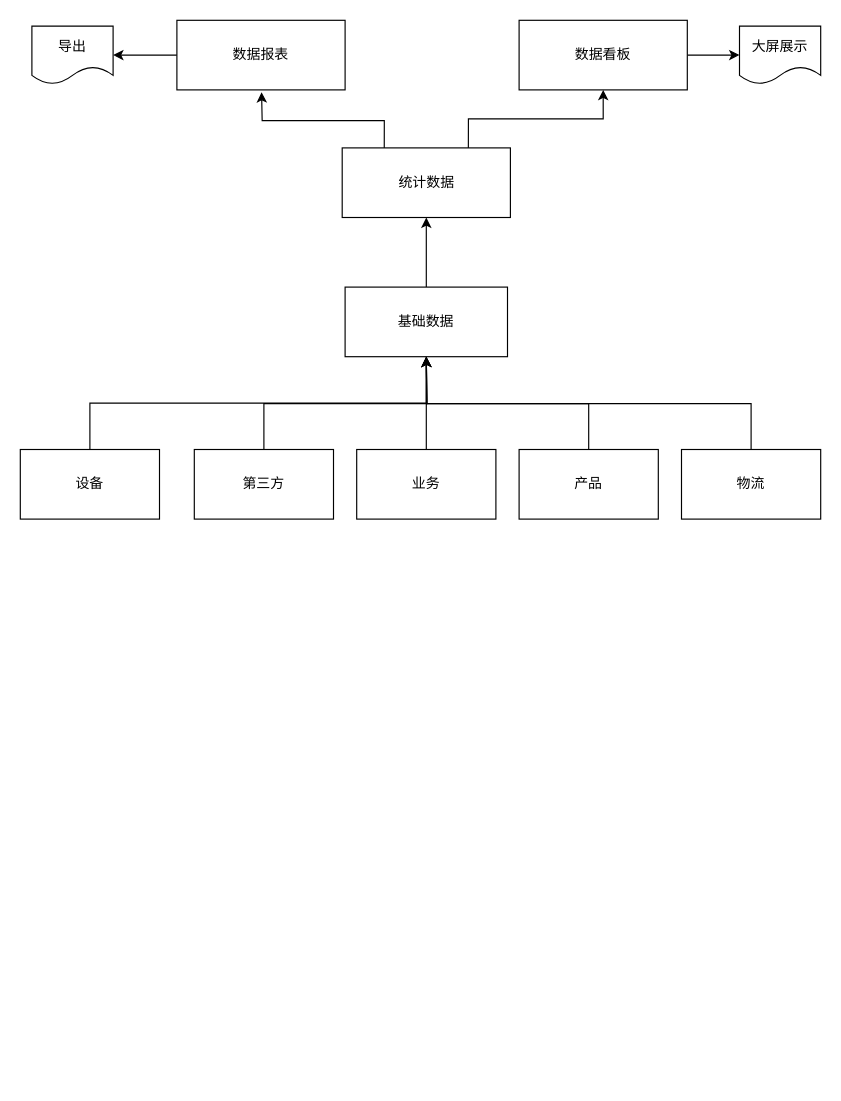
Before: page "数据管理平台" (5 of 5) of DiagramNet/iPC.drawio in hanrker/diagramNet, a draw.io diagram. Source tidied: cells renumbered, new cells numbered last; positions are measured from the earlier drawing's top-left corner, leaving out a move shared by most shapes. Both pictures are drawn from the tidied source at 116%, with x=0, y=0 at pixel (20, 20).
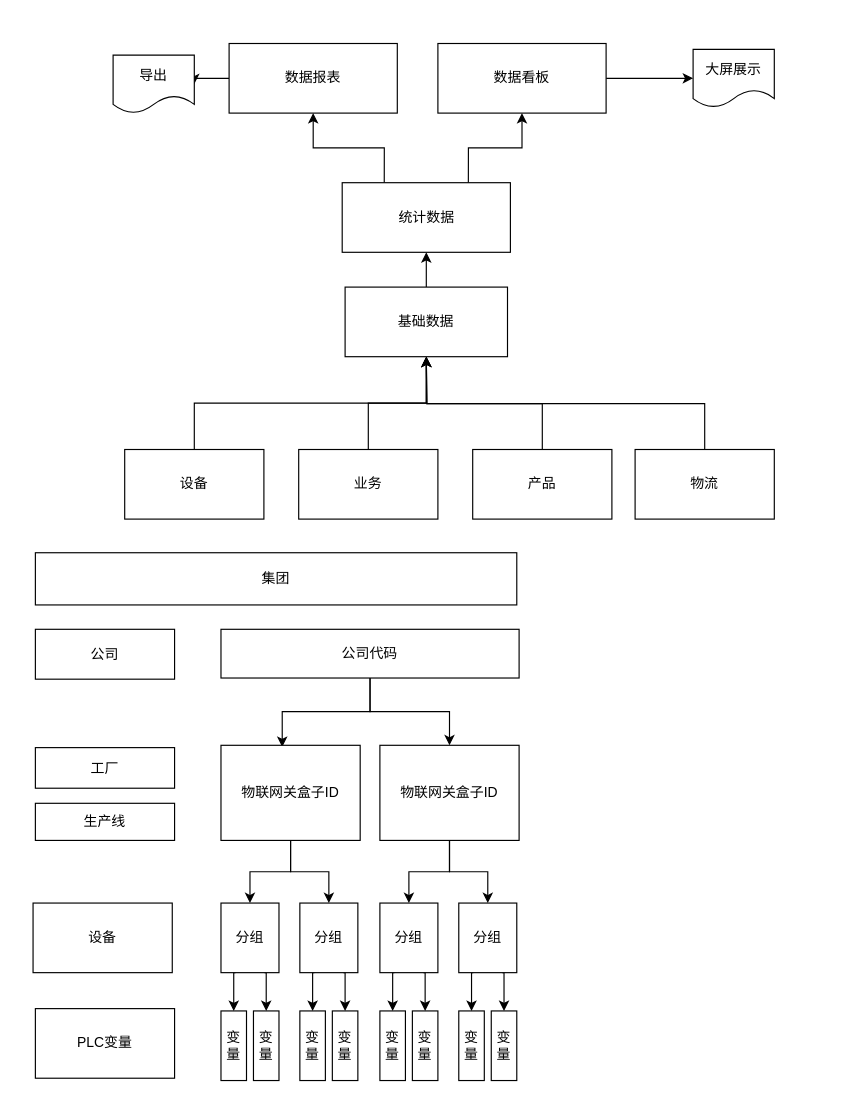
The same page after the edit.

The change refers to these unchanged cells:
```xml
<mxCell id="13" value="基础数据" style="rounded=0;whiteSpace=wrap;html=1;" parent="1" vertex="1">
  <mxGeometry x="280" y="230" width="140" height="60" as="geometry" />
</mxCell>
```

Change to the diagram source:
```diff
@@
     <mxCell id="3" value="设备" style="rounded=0;whiteSpace=wrap;html=1;" parent="1" vertex="1">
-      <mxGeometry y="370" width="120" height="60" as="geometry" />
+      <mxGeometry x="90" y="370" width="120" height="60" as="geometry" />
     </mxCell>
-    <mxCell id="4" style="edgeStyle=orthogonalEdgeStyle;rounded=0;jettySize=auto;html=1;exitX=0.5;exitY=0;exitDx=0;exitDy=0;" parent="1" edge="1" source="5">
-      <mxGeometry relative="1" as="geometry">
-        <mxPoint x="350" y="290" as="targetPoint" />
-      </mxGeometry>
-    </mxCell>
-    <mxCell id="5" value="第三方" style="rounded=0;whiteSpace=wrap;html=1;" parent="1" vertex="1">
-      <mxGeometry x="150" y="370" width="120" height="60" as="geometry" />
-    </mxCell>
-    <mxCell id="6" style="edgeStyle=orthogonalEdgeStyle;rounded=0;jettySize=auto;html=1;exitX=0.5;exitY=0;exitDx=0;exitDy=0;" parent="1" edge="1" source="7">
-      <mxGeometry relative="1" as="geometry">
-        <mxPoint x="350" y="280" as="targetPoint" />
-      </mxGeometry>
+    <mxCell id="6" style="edgeStyle=orthogonalEdgeStyle;rounded=0;jettySize=auto;html=1;exitX=0.5;exitY=0;exitDx=0;exitDy=0;entryX=0.5;entryY=1;entryDx=0;entryDy=0;" parent="1" edge="1" source="7" target="13">
+      <mxGeometry relative="1" as="geometry" />
     </mxCell>
     <mxCell id="7" value="业务" style="rounded=0;whiteSpace=wrap;html=1;" parent="1" vertex="1">
-      <mxGeometry x="290" y="370" width="120" height="60" as="geometry" />
+      <mxGeometry x="240" y="370" width="120" height="60" as="geometry" />
     </mxCell>
@@
     <mxCell id="9" value="产品" style="rounded=0;whiteSpace=wrap;html=1;" parent="1" vertex="1">
-      <mxGeometry x="430" y="370" width="120" height="60" as="geometry" />
+      <mxGeometry x="390" y="370" width="120" height="60" as="geometry" />
     </mxCell>
@@
     <mxCell id="11" value="物流" style="rounded=0;whiteSpace=wrap;html=1;" parent="1" vertex="1">
-      <mxGeometry x="570" y="370" width="120" height="60" as="geometry" />
+      <mxGeometry x="530" y="370" width="120" height="60" as="geometry" />
     </mxCell>
@@
-    <mxCell id="14" style="edgeStyle=orthogonalEdgeStyle;rounded=0;jettySize=auto;html=1;exitX=0.25;exitY=0;exitDx=0;exitDy=0;" parent="1" edge="1" source="16">
-      <mxGeometry relative="1" as="geometry">
-        <mxPoint x="208" y="62" as="targetPoint" />
-      </mxGeometry>
+    <mxCell id="14" style="edgeStyle=orthogonalEdgeStyle;rounded=0;jettySize=auto;html=1;exitX=0.25;exitY=0;exitDx=0;exitDy=0;entryX=0.5;entryY=1;entryDx=0;entryDy=0;" parent="1" edge="1" source="16" target="20">
+      <mxGeometry relative="1" as="geometry" />
     </mxCell>
@@
     <mxCell id="16" value="统计数据" style="rounded=0;whiteSpace=wrap;html=1;" parent="1" vertex="1">
-      <mxGeometry x="277.5" y="110" width="145" height="60" as="geometry" />
+      <mxGeometry x="277.5" y="140" width="145" height="60" as="geometry" />
     </mxCell>
@@
     <mxCell id="18" value="数据看板" style="rounded=0;whiteSpace=wrap;html=1;" parent="1" vertex="1">
-      <mxGeometry x="430" width="145" height="60" as="geometry" />
+      <mxGeometry x="360" y="20" width="145" height="60" as="geometry" />
     </mxCell>
@@
     <mxCell id="20" value="数据报表" style="rounded=0;whiteSpace=wrap;html=1;" parent="1" vertex="1">
-      <mxGeometry x="135" width="145" height="60" as="geometry" />
+      <mxGeometry x="180" y="20" width="145" height="60" as="geometry" />
     </mxCell>
     <mxCell id="21" value="导出" style="shape=document;whiteSpace=wrap;html=1;boundedLbl=1;" parent="1" vertex="1">
-      <mxGeometry x="10" y="5" width="70" height="50" as="geometry" />
+      <mxGeometry x="80" y="30" width="70" height="50" as="geometry" />
     </mxCell>
     <mxCell id="22" value="大屏展示" style="shape=document;whiteSpace=wrap;html=1;boundedLbl=1;" parent="1" vertex="1">
-      <mxGeometry x="620" y="5" width="70" height="50" as="geometry" />
+      <mxGeometry x="580" y="25" width="70" height="50" as="geometry" />
     </mxCell>
+    <mxCell id="23" value="集团" style="rounded=0;whiteSpace=wrap;html=1;" parent="1" vertex="1">
+      <mxGeometry x="13" y="459" width="415" height="45" as="geometry" />
+    </mxCell>
+    <mxCell id="24" value="公司" style="rounded=0;whiteSpace=wrap;html=1;" parent="1" vertex="1">
+      <mxGeometry x="13" y="525" width="120" height="43" as="geometry" />
+    </mxCell>
+    <mxCell id="25" value="工厂" style="rounded=0;whiteSpace=wrap;html=1;" parent="1" vertex="1">
+      <mxGeometry x="13" y="627" width="120" height="35" as="geometry" />
+    </mxCell>
+    <mxCell id="26" value="生产线" style="rounded=0;whiteSpace=wrap;html=1;" parent="1" vertex="1">
+      <mxGeometry x="13" y="675" width="120" height="32" as="geometry" />
+    </mxCell>
+    <mxCell id="27" value="设备" style="rounded=0;whiteSpace=wrap;html=1;" parent="1" vertex="1">
+      <mxGeometry x="11" y="761" width="120" height="60" as="geometry" />
+    </mxCell>
+    <mxCell id="28" style="edgeStyle=orthogonalEdgeStyle;rounded=0;jettySize=auto;html=1;exitX=0.5;exitY=1;exitDx=0;exitDy=0;entryX=0.44;entryY=0.018;entryDx=0;entryDy=0;entryPerimeter=0;" parent="1" edge="1" source="30" target="33">
+      <mxGeometry relative="1" as="geometry" />
+    </mxCell>
+    <mxCell id="29" style="edgeStyle=orthogonalEdgeStyle;rounded=0;jettySize=auto;html=1;exitX=0.5;exitY=1;exitDx=0;exitDy=0;" parent="1" edge="1" source="30" target="41">
+      <mxGeometry relative="1" as="geometry" />
+    </mxCell>
+    <mxCell id="30" value="公司代码" style="rounded=0;whiteSpace=wrap;html=1;" parent="1" vertex="1">
+      <mxGeometry x="173" y="525" width="257" height="42" as="geometry" />
+    </mxCell>
+    <mxCell id="31" style="edgeStyle=orthogonalEdgeStyle;rounded=0;jettySize=auto;html=1;exitX=0.5;exitY=1;exitDx=0;exitDy=0;entryX=0.5;entryY=0;entryDx=0;entryDy=0;" parent="1" edge="1" source="33" target="36">
+      <mxGeometry relative="1" as="geometry" />
+    </mxCell>
+    <mxCell id="32" style="edgeStyle=orthogonalEdgeStyle;rounded=0;jettySize=auto;html=1;exitX=0.5;exitY=1;exitDx=0;exitDy=0;entryX=0.5;entryY=0;entryDx=0;entryDy=0;" parent="1" edge="1" source="33" target="44">
+      <mxGeometry relative="1" as="geometry" />
+    </mxCell>
+    <mxCell id="33" value="物联网关盒子ID" style="rounded=0;whiteSpace=wrap;html=1;" parent="1" vertex="1">
+      <mxGeometry x="173" y="625" width="120" height="82" as="geometry" />
+    </mxCell>
+    <mxCell id="34" style="edgeStyle=orthogonalEdgeStyle;rounded=0;jettySize=auto;html=1;exitX=0.25;exitY=1;exitDx=0;exitDy=0;entryX=0.5;entryY=0;entryDx=0;entryDy=0;" parent="1" edge="1" source="36" target="38">
+      <mxGeometry relative="1" as="geometry" />
+    </mxCell>
+    <mxCell id="35" style="edgeStyle=orthogonalEdgeStyle;rounded=0;jettySize=auto;html=1;exitX=0.75;exitY=1;exitDx=0;exitDy=0;entryX=0.5;entryY=0;entryDx=0;entryDy=0;" parent="1" edge="1" source="36" target="45">
+      <mxGeometry relative="1" as="geometry" />
+    </mxCell>
+    <mxCell id="36" value="分组" style="rounded=0;whiteSpace=wrap;html=1;" parent="1" vertex="1">
+      <mxGeometry x="173" y="761" width="50" height="60" as="geometry" />
+    </mxCell>
+    <mxCell id="37" value="PLC变量" style="rounded=0;whiteSpace=wrap;html=1;" parent="1" vertex="1">
+      <mxGeometry x="13" y="852" width="120" height="60" as="geometry" />
+    </mxCell>
+    <mxCell id="38" value="变量" style="rounded=0;whiteSpace=wrap;html=1;" parent="1" vertex="1">
+      <mxGeometry x="173" y="854" width="22" height="60" as="geometry" />
+    </mxCell>
+    <mxCell id="39" style="edgeStyle=orthogonalEdgeStyle;rounded=0;jettySize=auto;html=1;exitX=0.5;exitY=1;exitDx=0;exitDy=0;entryX=0.5;entryY=0;entryDx=0;entryDy=0;" parent="1" edge="1" source="41" target="54">
+      <mxGeometry relative="1" as="geometry" />
+    </mxCell>
+    <mxCell id="40" style="edgeStyle=orthogonalEdgeStyle;rounded=0;jettySize=auto;html=1;exitX=0.5;exitY=1;exitDx=0;exitDy=0;entryX=0.5;entryY=0;entryDx=0;entryDy=0;" parent="1" edge="1" source="41" target="50">
+      <mxGeometry relative="1" as="geometry" />
+    </mxCell>
+    <mxCell id="41" value="物联网关盒子ID" style="rounded=0;whiteSpace=wrap;html=1;" parent="1" vertex="1">
+      <mxGeometry x="310" y="625" width="120" height="82" as="geometry" />
+    </mxCell>
+    <mxCell id="42" style="edgeStyle=orthogonalEdgeStyle;rounded=0;jettySize=auto;html=1;exitX=0.25;exitY=1;exitDx=0;exitDy=0;entryX=0.5;entryY=0;entryDx=0;entryDy=0;" parent="1" edge="1" source="44" target="46">
+      <mxGeometry relative="1" as="geometry" />
+    </mxCell>
+    <mxCell id="43" style="edgeStyle=orthogonalEdgeStyle;rounded=0;jettySize=auto;html=1;exitX=0.75;exitY=1;exitDx=0;exitDy=0;entryX=0.5;entryY=0;entryDx=0;entryDy=0;" parent="1" edge="1" source="44" target="47">
+      <mxGeometry relative="1" as="geometry" />
+    </mxCell>
+    <mxCell id="44" value="分组" style="rounded=0;whiteSpace=wrap;html=1;" parent="1" vertex="1">
+      <mxGeometry x="241" y="761" width="50" height="60" as="geometry" />
+    </mxCell>
+    <mxCell id="45" value="变量" style="rounded=0;whiteSpace=wrap;html=1;" parent="1" vertex="1">
+      <mxGeometry x="201" y="854" width="22" height="60" as="geometry" />
+    </mxCell>
+    <mxCell id="46" value="变量" style="rounded=0;whiteSpace=wrap;html=1;" parent="1" vertex="1">
+      <mxGeometry x="241" y="854" width="22" height="60" as="geometry" />
+    </mxCell>
+    <mxCell id="47" value="变量" style="rounded=0;whiteSpace=wrap;html=1;" parent="1" vertex="1">
+      <mxGeometry x="269" y="854" width="22" height="60" as="geometry" />
+    </mxCell>
+    <mxCell id="48" style="edgeStyle=orthogonalEdgeStyle;rounded=0;jettySize=auto;html=1;exitX=0.25;exitY=1;exitDx=0;exitDy=0;entryX=0.5;entryY=0;entryDx=0;entryDy=0;" parent="1" edge="1" source="50" target="51">
+      <mxGeometry relative="1" as="geometry" />
+    </mxCell>
+    <mxCell id="49" style="edgeStyle=orthogonalEdgeStyle;rounded=0;jettySize=auto;html=1;exitX=0.75;exitY=1;exitDx=0;exitDy=0;entryX=0.5;entryY=0;entryDx=0;entryDy=0;" parent="1" edge="1" source="50" target="55">
+      <mxGeometry relative="1" as="geometry" />
+    </mxCell>
+    <mxCell id="50" value="分组" style="rounded=0;whiteSpace=wrap;html=1;" parent="1" vertex="1">
+      <mxGeometry x="310" y="761" width="50" height="60" as="geometry" />
+    </mxCell>
+    <mxCell id="51" value="变量" style="rounded=0;whiteSpace=wrap;html=1;" parent="1" vertex="1">
+      <mxGeometry x="310" y="854" width="22" height="60" as="geometry" />
+    </mxCell>
+    <mxCell id="52" style="edgeStyle=orthogonalEdgeStyle;rounded=0;jettySize=auto;html=1;exitX=0.25;exitY=1;exitDx=0;exitDy=0;entryX=0.5;entryY=0;entryDx=0;entryDy=0;" parent="1" edge="1" source="54" target="56">
+      <mxGeometry relative="1" as="geometry" />
+    </mxCell>
+    <mxCell id="53" style="edgeStyle=orthogonalEdgeStyle;rounded=0;jettySize=auto;html=1;exitX=0.75;exitY=1;exitDx=0;exitDy=0;entryX=0.5;entryY=0;entryDx=0;entryDy=0;" parent="1" edge="1" source="54" target="57">
+      <mxGeometry relative="1" as="geometry" />
+    </mxCell>
+    <mxCell id="54" value="分组" style="rounded=0;whiteSpace=wrap;html=1;" parent="1" vertex="1">
+      <mxGeometry x="378" y="761" width="50" height="60" as="geometry" />
+    </mxCell>
+    <mxCell id="55" value="变量" style="rounded=0;whiteSpace=wrap;html=1;" parent="1" vertex="1">
+      <mxGeometry x="338" y="854" width="22" height="60" as="geometry" />
+    </mxCell>
+    <mxCell id="56" value="变量" style="rounded=0;whiteSpace=wrap;html=1;" parent="1" vertex="1">
+      <mxGeometry x="378" y="854" width="22" height="60" as="geometry" />
+    </mxCell>
+    <mxCell id="57" value="变量" style="rounded=0;whiteSpace=wrap;html=1;" parent="1" vertex="1">
+      <mxGeometry x="406" y="854" width="22" height="60" as="geometry" />
+    </mxCell>
```
